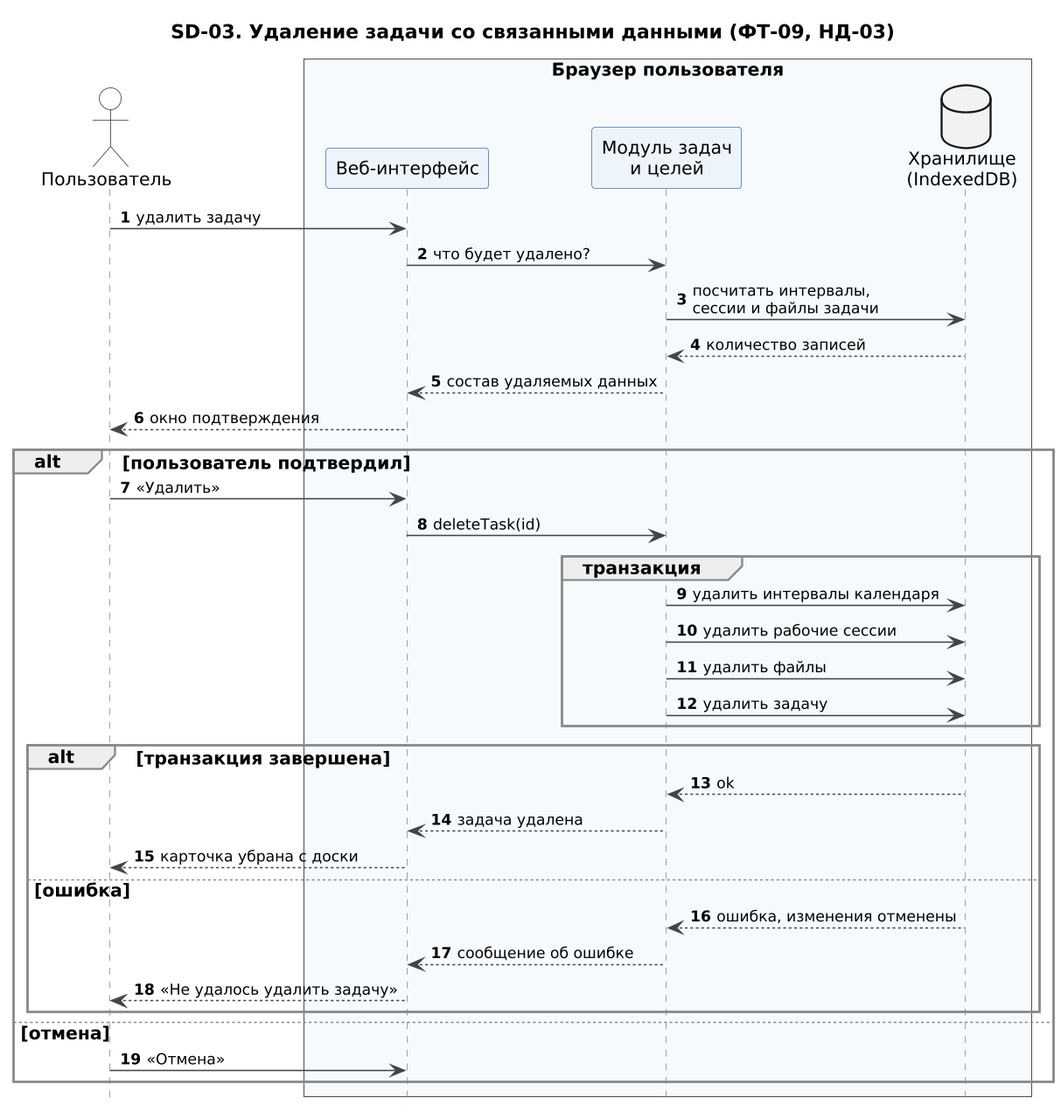
Earlier version of the PlantUML export docs/uml/png/SD-03_udalenie_zadachi.png (freez044/kpo_project).
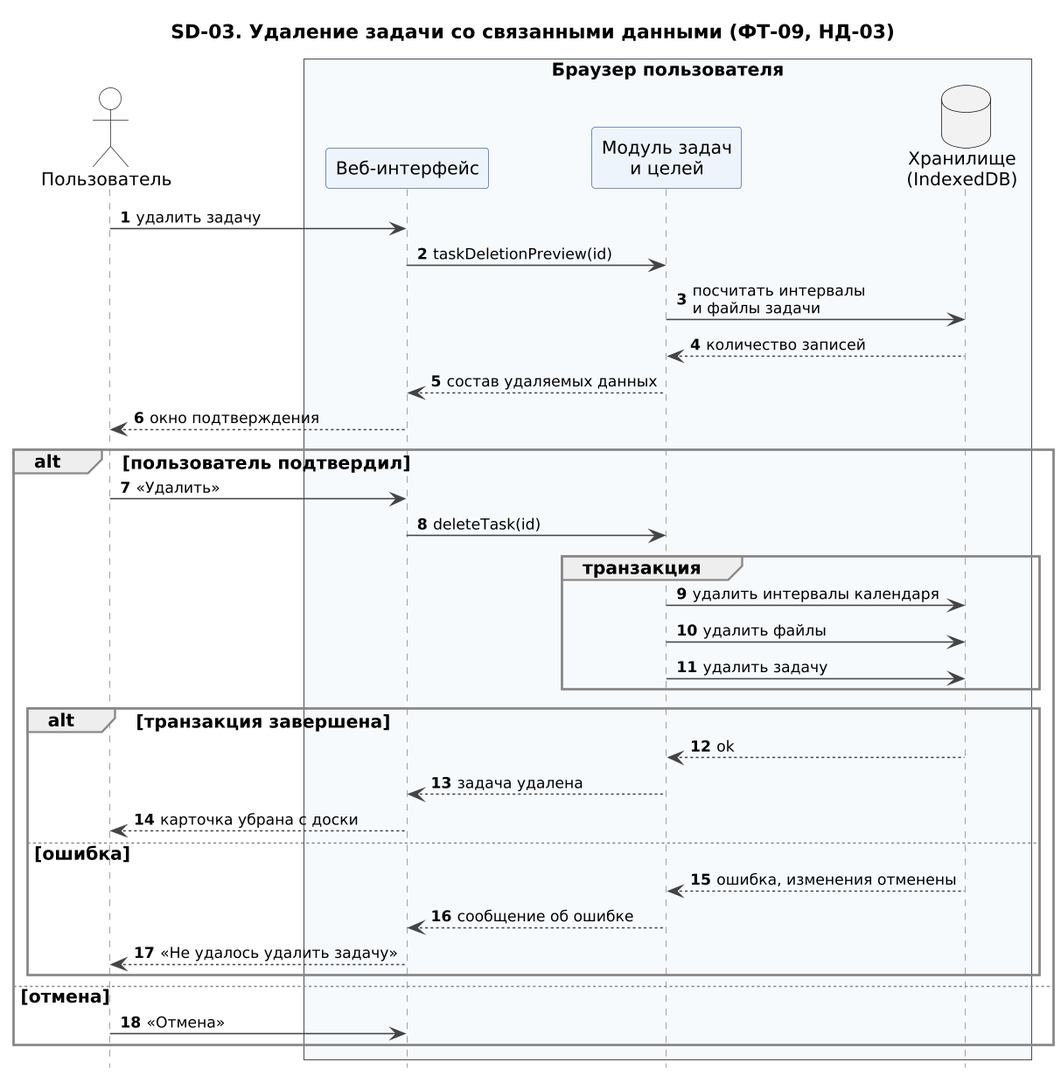
Later version of the same file.

Change to the diagram source:
```diff
@@ -9,8 +9,8 @@
 end box
 
 U -> UI : удалить задачу
-UI -> TM : что будет удалено?
-TM -> DB : посчитать интервалы,\nсессии и файлы задачи
+UI -> TM : taskDeletionPreview(id)
+TM -> DB : посчитать интервалы\nи файлы задачи
 DB --> TM : количество записей
 TM --> UI : состав удаляемых данных
 UI --> U : окно подтверждения
@@ -19,7 +19,6 @@
   UI -> TM : deleteTask(id)
   group транзакция
     TM -> DB : удалить интервалы календаря
-    TM -> DB : удалить рабочие сессии
     TM -> DB : удалить файлы
     TM -> DB : удалить задачу
   end
```
